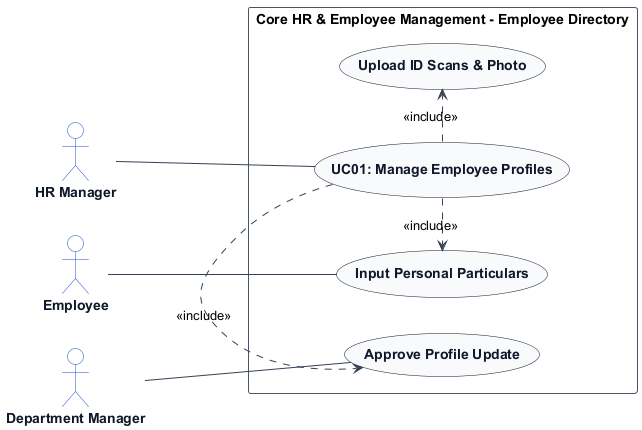
This is usecase_images/module_01_core_hr/UC01.png from TamBui1706/HRPlatform, a PlantUML export, as it was before one commit.
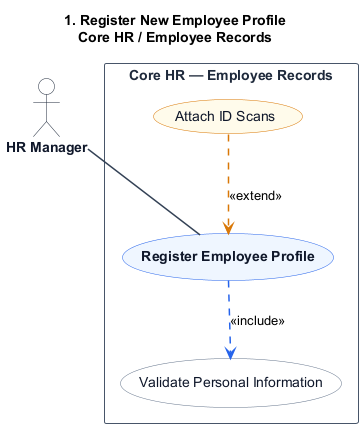
After the commit.

Diff of the diagram source:
```diff
@@ -1,38 +1,59 @@
 @startuml
-left to right direction
+title 1. Register New Employee Profile\nCore HR / Employee Records
+
 skinparam shadowing false
 skinparam packageStyle rectangle
 skinparam actorStyle stickman
 
-skinparam ArrowColor #334155
-skinparam ActorBorderColor #1d4ed8
+hide stereotype
+
+skinparam ActorBorderColor #1e293b
 skinparam ActorBackgroundColor #ffffff
 skinparam ActorFontColor #0f172a
 skinparam ActorFontStyle bold
 
-skinparam UsecaseBorderColor #0f172a
-skinparam UsecaseBackgroundColor #f8fafc
-skinparam UsecaseFontColor #0f172a
-skinparam UsecaseFontStyle bold
-
 skinparam RectangleBorderColor #475569
 skinparam RectangleBackgroundColor #ffffff
+skinparam RectangleFontColor #1e293b
+skinparam RectangleFontStyle bold
+
+skinparam ArrowColor #334155
+skinparam ArrowThickness 1.5
+
+skinparam usecase {
+    BackgroundColor #eff6ff
+    BorderColor #2563eb
+    FontColor #0f172a
+    FontStyle bold
+}
+
+skinparam usecase<<Inc>> {
+    BackgroundColor #ffffff
+    BorderColor #64748b
+    FontColor #0f172a
+    FontStyle normal
+}
+
+skinparam usecase<<Ext>> {
+    BackgroundColor #fffbeb
+    BorderColor #d97706
+    FontColor #0f172a
+    FontStyle normal
+}
 
 actor "HR Manager" as HRManager
-actor "Employee" as Employee
-actor "Department Manager" as DepartmentManager
 
-rectangle "Core HR & Employee Management - Employee Directory" {
-    usecase "UC01: Manage Employee Profiles" as UC_Main
-    usecase "Input Personal Particulars" as UC_Input
-    usecase "Upload ID Scans & Photo" as UC_UploadDoc
-    usecase "Approve Profile Update" as UC_ApproveProfile
+rectangle "Core HR — Employee Records" {
+    usecase "Register Employee Profile" as UC_Main
+
+    usecase "Validate Personal Information" as UC_Inc1 <<Inc>>
+
+    usecase "Attach ID Scans" as UC_Ext1 <<Ext>>
 
     HRManager -- UC_Main
-    Employee -- UC_Input
-    DepartmentManager -- UC_ApproveProfile
-    UC_Main .> UC_Input : <<include>>
-    UC_Main .> UC_UploadDoc : <<include>>
-    UC_Main .> UC_ApproveProfile : <<include>>
+
+    UC_Main .[#2563eb].> UC_Inc1 : <<include>>
+
+    UC_Ext1 .[#d97706].> UC_Main : <<extend>>
 }
 @enduml
```
